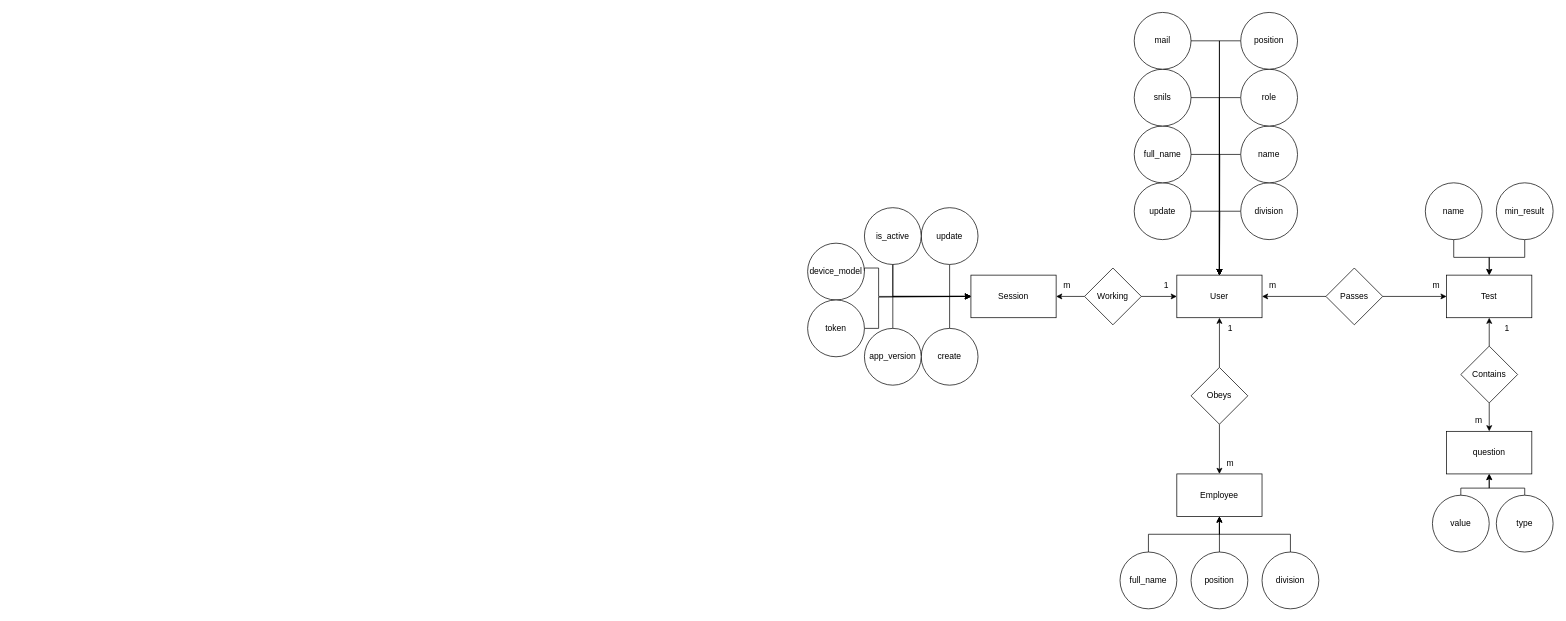
The draw.io diagram page "ER" (7 of 13) of Диплом.drawio in Vlad-Efremovv/kursach, before the edit. Source tidied: cells renumbered, new cells numbered last; positions are measured from the earlier drawing's top-left corner, leaving out a move shared by most shapes. Both pictures are drawn from the tidied source at 71%, with x=0, y=0 at pixel (807, 12).
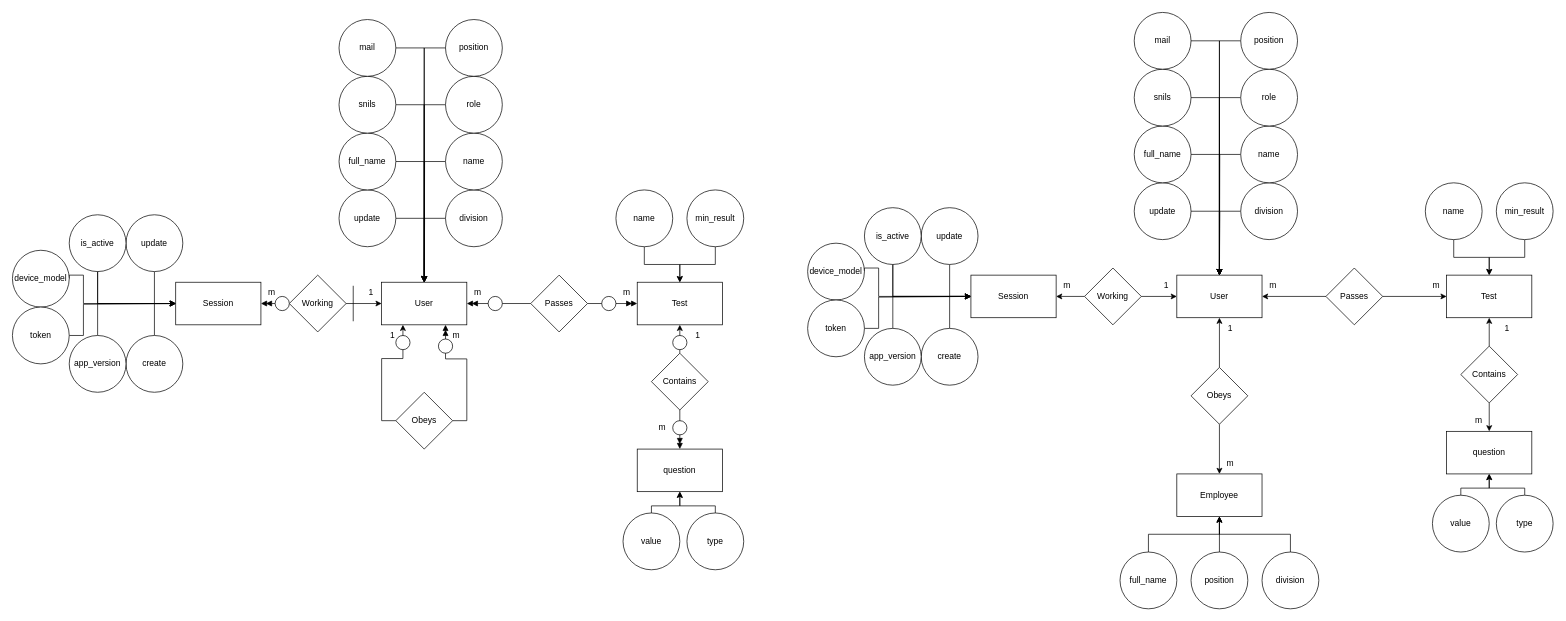
Above is the later version.

Change to the diagram source:
```diff
@@
+    <mxCell id="70" value="User" style="rounded=0;whiteSpace=wrap;html=1;" parent="1" vertex="1">
+      <mxGeometry x="-600" y="380" width="120" height="60" as="geometry" />
+    </mxCell>
+    <mxCell id="71" value="Session" style="rounded=0;whiteSpace=wrap;html=1;" parent="1" vertex="1">
+      <mxGeometry x="-890" y="380" width="120" height="60" as="geometry" />
+    </mxCell>
+    <mxCell id="72" value="Test" style="rounded=0;whiteSpace=wrap;html=1;" parent="1" vertex="1">
+      <mxGeometry x="-240" y="380" width="120" height="60" as="geometry" />
+    </mxCell>
+    <mxCell id="73" style="edgeStyle=orthogonalEdgeStyle;rounded=0;jettySize=auto;html=1;exitX=1;exitY=0.5;exitDx=0;exitDy=0;" parent="1" edge="1" source="75" target="70">
+      <mxGeometry relative="1" as="geometry" />
+    </mxCell>
+    <mxCell id="74" style="edgeStyle=orthogonalEdgeStyle;rounded=0;jettySize=auto;html=1;exitX=0;exitY=0.5;exitDx=0;exitDy=0;entryX=1;entryY=0.5;entryDx=0;entryDy=0;endArrow=doubleBlock;endFill=1;" parent="1" edge="1" source="132" target="71">
+      <mxGeometry relative="1" as="geometry" />
+    </mxCell>
+    <mxCell id="75" value="Working" style="rhombus;whiteSpace=wrap;html=1;" parent="1" vertex="1">
+      <mxGeometry x="-730" y="370" width="80" height="80" as="geometry" />
+    </mxCell>
+    <mxCell id="76" style="edgeStyle=orthogonalEdgeStyle;rounded=0;jettySize=auto;html=1;entryX=1;entryY=0.5;entryDx=0;entryDy=0;endArrow=doubleBlock;endFill=1;" parent="1" edge="1" source="78" target="70">
+      <mxGeometry relative="1" as="geometry" />
+    </mxCell>
+    <mxCell id="77" style="edgeStyle=orthogonalEdgeStyle;rounded=0;jettySize=auto;html=1;entryX=0;entryY=0.5;entryDx=0;entryDy=0;endArrow=doubleBlock;endFill=1;" parent="1" edge="1" source="78" target="72">
+      <mxGeometry relative="1" as="geometry" />
+    </mxCell>
+    <mxCell id="78" value="Passes" style="rhombus;whiteSpace=wrap;html=1;" parent="1" vertex="1">
+      <mxGeometry x="-390" y="370" width="80" height="80" as="geometry" />
+    </mxCell>
+    <mxCell id="79" style="edgeStyle=orthogonalEdgeStyle;rounded=0;jettySize=auto;html=1;entryX=0.25;entryY=1;entryDx=0;entryDy=0;exitX=0;exitY=0.5;exitDx=0;exitDy=0;" parent="1" edge="1" source="81" target="70">
+      <mxGeometry relative="1" as="geometry" />
+    </mxCell>
+    <mxCell id="80" style="edgeStyle=orthogonalEdgeStyle;rounded=0;jettySize=auto;html=1;entryX=0.75;entryY=1;entryDx=0;entryDy=0;endArrow=doubleBlock;endFill=1;" parent="1" edge="1" source="81" target="70">
+      <mxGeometry relative="1" as="geometry">
+        <Array as="points">
+          <mxPoint x="-480" y="575" />
+          <mxPoint x="-480" y="488" />
+          <mxPoint x="-510" y="488" />
+        </Array>
+      </mxGeometry>
+    </mxCell>
+    <mxCell id="81" value="Obeys" style="rhombus;whiteSpace=wrap;html=1;" parent="1" vertex="1">
+      <mxGeometry x="-580" y="535" width="80" height="80" as="geometry" />
+    </mxCell>
+    <mxCell id="82" style="edgeStyle=orthogonalEdgeStyle;rounded=0;jettySize=auto;html=1;entryX=0;entryY=0.5;entryDx=0;entryDy=0;" parent="1" edge="1" source="83" target="71">
+      <mxGeometry relative="1" as="geometry">
+        <Array as="points">
+          <mxPoint x="-920" y="410" />
+        </Array>
+      </mxGeometry>
+    </mxCell>
+    <mxCell id="83" value="create" style="ellipse;whiteSpace=wrap;html=1;" parent="1" vertex="1">
+      <mxGeometry x="-960" y="455" width="80" height="80" as="geometry" />
+    </mxCell>
+    <mxCell id="84" style="edgeStyle=orthogonalEdgeStyle;rounded=0;jettySize=auto;html=1;" parent="1" edge="1" source="86" target="71">
+      <mxGeometry relative="1" as="geometry">
+        <Array as="points">
+          <mxPoint x="-1000" y="410" />
+        </Array>
+      </mxGeometry>
+    </mxCell>
+    <mxCell id="85" style="edgeStyle=orthogonalEdgeStyle;rounded=0;jettySize=auto;html=1;entryX=0;entryY=0.5;entryDx=0;entryDy=0;" parent="1" edge="1" source="86" target="71">
+      <mxGeometry relative="1" as="geometry" />
+    </mxCell>
+    <mxCell id="86" value="update" style="ellipse;whiteSpace=wrap;html=1;" parent="1" vertex="1">
+      <mxGeometry x="-960" y="285" width="80" height="80" as="geometry" />
+    </mxCell>
+    <mxCell id="87" style="edgeStyle=orthogonalEdgeStyle;rounded=0;jettySize=auto;html=1;entryX=0;entryY=0.5;entryDx=0;entryDy=0;exitX=0.5;exitY=1;exitDx=0;exitDy=0;" parent="1" edge="1" source="88" target="71">
+      <mxGeometry relative="1" as="geometry">
+        <Array as="points">
+          <mxPoint x="-1000" y="410" />
+        </Array>
+      </mxGeometry>
+    </mxCell>
+    <mxCell id="88" value="is_active" style="ellipse;whiteSpace=wrap;html=1;" parent="1" vertex="1">
+      <mxGeometry x="-1040" y="285" width="80" height="80" as="geometry" />
+    </mxCell>
+    <mxCell id="89" style="edgeStyle=orthogonalEdgeStyle;rounded=0;jettySize=auto;html=1;entryX=0;entryY=0.5;entryDx=0;entryDy=0;" parent="1" edge="1" source="90" target="71">
+      <mxGeometry relative="1" as="geometry">
+        <Array as="points">
+          <mxPoint x="-1000" y="410" />
+        </Array>
+      </mxGeometry>
+    </mxCell>
+    <mxCell id="90" value="app_version" style="ellipse;whiteSpace=wrap;html=1;" parent="1" vertex="1">
+      <mxGeometry x="-1040" y="455" width="80" height="80" as="geometry" />
+    </mxCell>
+    <mxCell id="91" style="edgeStyle=orthogonalEdgeStyle;rounded=0;jettySize=auto;html=1;entryX=0;entryY=0.5;entryDx=0;entryDy=0;exitX=1;exitY=0.5;exitDx=0;exitDy=0;" parent="1" edge="1" source="92" target="71">
+      <mxGeometry relative="1" as="geometry">
+        <Array as="points">
+          <mxPoint x="-1040" y="370" />
+          <mxPoint x="-1020" y="370" />
+          <mxPoint x="-1020" y="410" />
+        </Array>
+      </mxGeometry>
+    </mxCell>
+    <mxCell id="92" value="device_model" style="ellipse;whiteSpace=wrap;html=1;" parent="1" vertex="1">
+      <mxGeometry x="-1120" y="335" width="80" height="80" as="geometry" />
+    </mxCell>
+    <mxCell id="93" style="edgeStyle=orthogonalEdgeStyle;rounded=0;jettySize=auto;html=1;entryX=0;entryY=0.5;entryDx=0;entryDy=0;exitX=1;exitY=0.5;exitDx=0;exitDy=0;endArrow=none;endFill=0;" parent="1" edge="1" source="94" target="71">
+      <mxGeometry relative="1" as="geometry">
+        <Array as="points">
+          <mxPoint x="-1020" y="455" />
+          <mxPoint x="-1020" y="411" />
+          <mxPoint x="-890" y="411" />
+        </Array>
+      </mxGeometry>
+    </mxCell>
+    <mxCell id="94" value="token" style="ellipse;whiteSpace=wrap;html=1;" parent="1" vertex="1">
+      <mxGeometry x="-1120" y="415" width="80" height="80" as="geometry" />
+    </mxCell>
+    <mxCell id="95" style="edgeStyle=orthogonalEdgeStyle;rounded=0;jettySize=auto;html=1;entryX=0.5;entryY=0;entryDx=0;entryDy=0;" parent="1" edge="1" source="96" target="70">
+      <mxGeometry relative="1" as="geometry">
+        <Array as="points">
+          <mxPoint x="-540" y="290" />
+        </Array>
+      </mxGeometry>
+    </mxCell>
+    <mxCell id="96" value="division" style="ellipse;whiteSpace=wrap;html=1;" parent="1" vertex="1">
+      <mxGeometry x="-510" y="250" width="80" height="80" as="geometry" />
+    </mxCell>
+    <mxCell id="97" style="edgeStyle=orthogonalEdgeStyle;rounded=0;jettySize=auto;html=1;" parent="1" edge="1" source="98">
+      <mxGeometry relative="1" as="geometry">
+        <mxPoint x="-540" y="380" as="targetPoint" />
+      </mxGeometry>
+    </mxCell>
+    <mxCell id="98" value="update" style="ellipse;whiteSpace=wrap;html=1;" parent="1" vertex="1">
+      <mxGeometry x="-660" y="250" width="80" height="80" as="geometry" />
+    </mxCell>
+    <mxCell id="99" value="1" style="text;html=1;align=center;verticalAlign=middle;strokeColor=none;fillColor=none;" parent="1" vertex="1">
+      <mxGeometry x="-630" y="380" width="30" height="30" as="geometry" />
+    </mxCell>
+    <mxCell id="100" value="m" style="text;html=1;align=center;verticalAlign=middle;strokeColor=none;fillColor=none;" parent="1" vertex="1">
+      <mxGeometry x="-770" y="380" width="30" height="30" as="geometry" />
+    </mxCell>
+    <mxCell id="101" style="edgeStyle=orthogonalEdgeStyle;rounded=0;jettySize=auto;html=1;" parent="1" edge="1" source="102">
+      <mxGeometry relative="1" as="geometry">
+        <mxPoint x="-540" y="380" as="targetPoint" />
+      </mxGeometry>
+    </mxCell>
+    <mxCell id="102" value="name" style="ellipse;whiteSpace=wrap;html=1;" parent="1" vertex="1">
+      <mxGeometry x="-510" y="170" width="80" height="80" as="geometry" />
+    </mxCell>
+    <mxCell id="103" style="edgeStyle=orthogonalEdgeStyle;rounded=0;jettySize=auto;html=1;" parent="1" edge="1" source="104" target="70">
+      <mxGeometry relative="1" as="geometry">
+        <Array as="points">
+          <mxPoint x="-540" y="210" />
+        </Array>
+      </mxGeometry>
+    </mxCell>
+    <mxCell id="104" value="full_name" style="ellipse;whiteSpace=wrap;html=1;" parent="1" vertex="1">
+      <mxGeometry x="-660" y="170" width="80" height="80" as="geometry" />
+    </mxCell>
+    <mxCell id="105" style="edgeStyle=orthogonalEdgeStyle;rounded=0;jettySize=auto;html=1;" parent="1" edge="1" source="106" target="70">
+      <mxGeometry relative="1" as="geometry">
+        <Array as="points">
+          <mxPoint x="-540" y="130" />
+        </Array>
+      </mxGeometry>
+    </mxCell>
+    <mxCell id="106" value="role" style="ellipse;whiteSpace=wrap;html=1;" parent="1" vertex="1">
+      <mxGeometry x="-510" y="90" width="80" height="80" as="geometry" />
+    </mxCell>
+    <mxCell id="107" style="edgeStyle=orthogonalEdgeStyle;rounded=0;jettySize=auto;html=1;" parent="1" edge="1" source="108" target="70">
+      <mxGeometry relative="1" as="geometry">
+        <Array as="points">
+          <mxPoint x="-540" y="130" />
+        </Array>
+      </mxGeometry>
+    </mxCell>
+    <mxCell id="108" value="snils" style="ellipse;whiteSpace=wrap;html=1;" parent="1" vertex="1">
+      <mxGeometry x="-660" y="90" width="80" height="80" as="geometry" />
+    </mxCell>
+    <mxCell id="109" style="edgeStyle=orthogonalEdgeStyle;rounded=0;jettySize=auto;html=1;entryX=0.5;entryY=0;entryDx=0;entryDy=0;" parent="1" edge="1" source="110" target="70">
+      <mxGeometry relative="1" as="geometry">
+        <Array as="points">
+          <mxPoint x="-540" y="50" />
+        </Array>
+      </mxGeometry>
+    </mxCell>
+    <mxCell id="110" value="position" style="ellipse;whiteSpace=wrap;html=1;" parent="1" vertex="1">
+      <mxGeometry x="-510" y="10" width="80" height="80" as="geometry" />
+    </mxCell>
+    <mxCell id="111" style="edgeStyle=orthogonalEdgeStyle;rounded=0;jettySize=auto;html=1;entryX=0.5;entryY=0;entryDx=0;entryDy=0;" parent="1" edge="1" source="112" target="70">
+      <mxGeometry relative="1" as="geometry">
+        <Array as="points">
+          <mxPoint x="-540" y="50" />
+        </Array>
+      </mxGeometry>
+    </mxCell>
+    <mxCell id="112" value="mail" style="ellipse;whiteSpace=wrap;html=1;" parent="1" vertex="1">
+      <mxGeometry x="-660" y="10" width="80" height="80" as="geometry" />
+    </mxCell>
+    <mxCell id="113" value="question" style="rounded=0;whiteSpace=wrap;html=1;" parent="1" vertex="1">
+      <mxGeometry x="-240" y="615" width="120" height="60" as="geometry" />
+    </mxCell>
+    <mxCell id="114" style="edgeStyle=orthogonalEdgeStyle;rounded=0;jettySize=auto;html=1;entryX=0.5;entryY=0;entryDx=0;entryDy=0;exitX=0.5;exitY=1;exitDx=0;exitDy=0;endArrow=doubleBlock;endFill=1;" parent="1" edge="1" source="116" target="113">
+      <mxGeometry relative="1" as="geometry" />
+    </mxCell>
+    <mxCell id="115" style="edgeStyle=orthogonalEdgeStyle;rounded=0;jettySize=auto;html=1;entryX=0.5;entryY=1;entryDx=0;entryDy=0;" parent="1" edge="1" source="116" target="72">
+      <mxGeometry relative="1" as="geometry" />
+    </mxCell>
+    <mxCell id="116" value="Contains" style="rhombus;whiteSpace=wrap;html=1;" parent="1" vertex="1">
+      <mxGeometry x="-220" y="480" width="80" height="80" as="geometry" />
+    </mxCell>
+    <mxCell id="117" value="1" style="text;html=1;align=center;verticalAlign=middle;strokeColor=none;fillColor=none;" parent="1" vertex="1">
+      <mxGeometry x="-170" y="440" width="30" height="30" as="geometry" />
+    </mxCell>
+    <mxCell id="118" value="m" style="text;html=1;align=center;verticalAlign=middle;strokeColor=none;fillColor=none;" parent="1" vertex="1">
+      <mxGeometry x="-220" y="570" width="30" height="30" as="geometry" />
+    </mxCell>
+    <mxCell id="119" style="edgeStyle=orthogonalEdgeStyle;rounded=0;jettySize=auto;html=1;" parent="1" edge="1" source="120" target="72">
+      <mxGeometry relative="1" as="geometry" />
+    </mxCell>
+    <mxCell id="120" value="name" style="ellipse;whiteSpace=wrap;html=1;" parent="1" vertex="1">
+      <mxGeometry x="-270" y="250" width="80" height="80" as="geometry" />
+    </mxCell>
+    <mxCell id="121" style="edgeStyle=orthogonalEdgeStyle;rounded=0;jettySize=auto;html=1;entryX=0.5;entryY=1;entryDx=0;entryDy=0;" parent="1" edge="1" source="122" target="113">
+      <mxGeometry relative="1" as="geometry">
+        <Array as="points">
+          <mxPoint x="-130" y="695" />
+          <mxPoint x="-180" y="695" />
+        </Array>
+      </mxGeometry>
+    </mxCell>
+    <mxCell id="122" value="type" style="ellipse;whiteSpace=wrap;html=1;" parent="1" vertex="1">
+      <mxGeometry x="-170" y="705" width="80" height="80" as="geometry" />
+    </mxCell>
+    <mxCell id="123" style="edgeStyle=orthogonalEdgeStyle;rounded=0;jettySize=auto;html=1;entryX=0.5;entryY=1;entryDx=0;entryDy=0;" parent="1" edge="1" target="113">
+      <mxGeometry relative="1" as="geometry">
+        <mxPoint x="-220" y="705" as="sourcePoint" />
+        <Array as="points">
+          <mxPoint x="-220" y="695" />
+          <mxPoint x="-180" y="695" />
+        </Array>
+      </mxGeometry>
+    </mxCell>
+    <mxCell id="124" value="value" style="ellipse;whiteSpace=wrap;html=1;" parent="1" vertex="1">
+      <mxGeometry x="-260" y="705" width="80" height="80" as="geometry" />
+    </mxCell>
+    <mxCell id="125" style="edgeStyle=orthogonalEdgeStyle;rounded=0;jettySize=auto;html=1;entryX=0.5;entryY=0;entryDx=0;entryDy=0;" parent="1" edge="1" source="126" target="72">
+      <mxGeometry relative="1" as="geometry" />
+    </mxCell>
+    <mxCell id="126" value="min_result" style="ellipse;whiteSpace=wrap;html=1;" parent="1" vertex="1">
+      <mxGeometry x="-170" y="250" width="80" height="80" as="geometry" />
+    </mxCell>
+    <mxCell id="127" value="m" style="text;html=1;align=center;verticalAlign=middle;strokeColor=none;fillColor=none;" parent="1" vertex="1">
+      <mxGeometry x="-510" y="440" width="30" height="30" as="geometry" />
+    </mxCell>
+    <mxCell id="128" value="1" style="text;html=1;align=center;verticalAlign=middle;strokeColor=none;fillColor=none;" parent="1" vertex="1">
+      <mxGeometry x="-600" y="440" width="30" height="30" as="geometry" />
+    </mxCell>
+    <mxCell id="129" value="m" style="text;html=1;align=center;verticalAlign=middle;strokeColor=none;fillColor=none;" parent="1" vertex="1">
+      <mxGeometry x="-270" y="380" width="30" height="30" as="geometry" />
+    </mxCell>
+    <mxCell id="130" value="m" style="text;html=1;align=center;verticalAlign=middle;strokeColor=none;fillColor=none;" parent="1" vertex="1">
+      <mxGeometry x="-480" y="380" width="30" height="30" as="geometry" />
+    </mxCell>
+    <mxCell id="131" style="edgeStyle=orthogonalEdgeStyle;rounded=0;jettySize=auto;html=1;exitX=0;exitY=0.5;exitDx=0;exitDy=0;entryX=1;entryY=0.5;entryDx=0;entryDy=0;endArrow=doubleBlock;endFill=1;" parent="1" edge="1" source="75" target="132">
+      <mxGeometry relative="1" as="geometry" />
+    </mxCell>
+    <mxCell id="132" style="ellipse;whiteSpace=wrap;html=1;" parent="1" vertex="1">
+      <mxGeometry x="-750" y="400" width="20" height="20" as="geometry" />
+    </mxCell>
+    <mxCell id="133" style="endArrow=none;html=1;rounded=0;" parent="1" edge="1">
+      <mxGeometry relative="1" as="geometry">
+        <mxPoint x="-640" y="435" as="sourcePoint" />
+        <mxPoint x="-640" y="385" as="targetPoint" />
+      </mxGeometry>
+    </mxCell>
+    <mxCell id="134" style="ellipse;whiteSpace=wrap;html=1;" parent="1" vertex="1">
+      <mxGeometry x="-580" y="455" width="20" height="20" as="geometry" />
+    </mxCell>
+    <mxCell id="135" style="ellipse;whiteSpace=wrap;html=1;" parent="1" vertex="1">
+      <mxGeometry x="-520" y="460" width="20" height="20" as="geometry" />
+    </mxCell>
+    <mxCell id="136" style="ellipse;whiteSpace=wrap;html=1;" parent="1" vertex="1">
+      <mxGeometry x="-450" y="400" width="20" height="20" as="geometry" />
+    </mxCell>
+    <mxCell id="137" style="ellipse;whiteSpace=wrap;html=1;" parent="1" vertex="1">
+      <mxGeometry x="-290" y="400" width="20" height="20" as="geometry" />
+    </mxCell>
+    <mxCell id="138" style="ellipse;whiteSpace=wrap;html=1;" parent="1" vertex="1">
+      <mxGeometry x="-190" y="575" width="20" height="20" as="geometry" />
+    </mxCell>
+    <mxCell id="139" style="ellipse;whiteSpace=wrap;html=1;" parent="1" vertex="1">
+      <mxGeometry x="-190" y="455" width="20" height="20" as="geometry" />
+    </mxCell>
```
